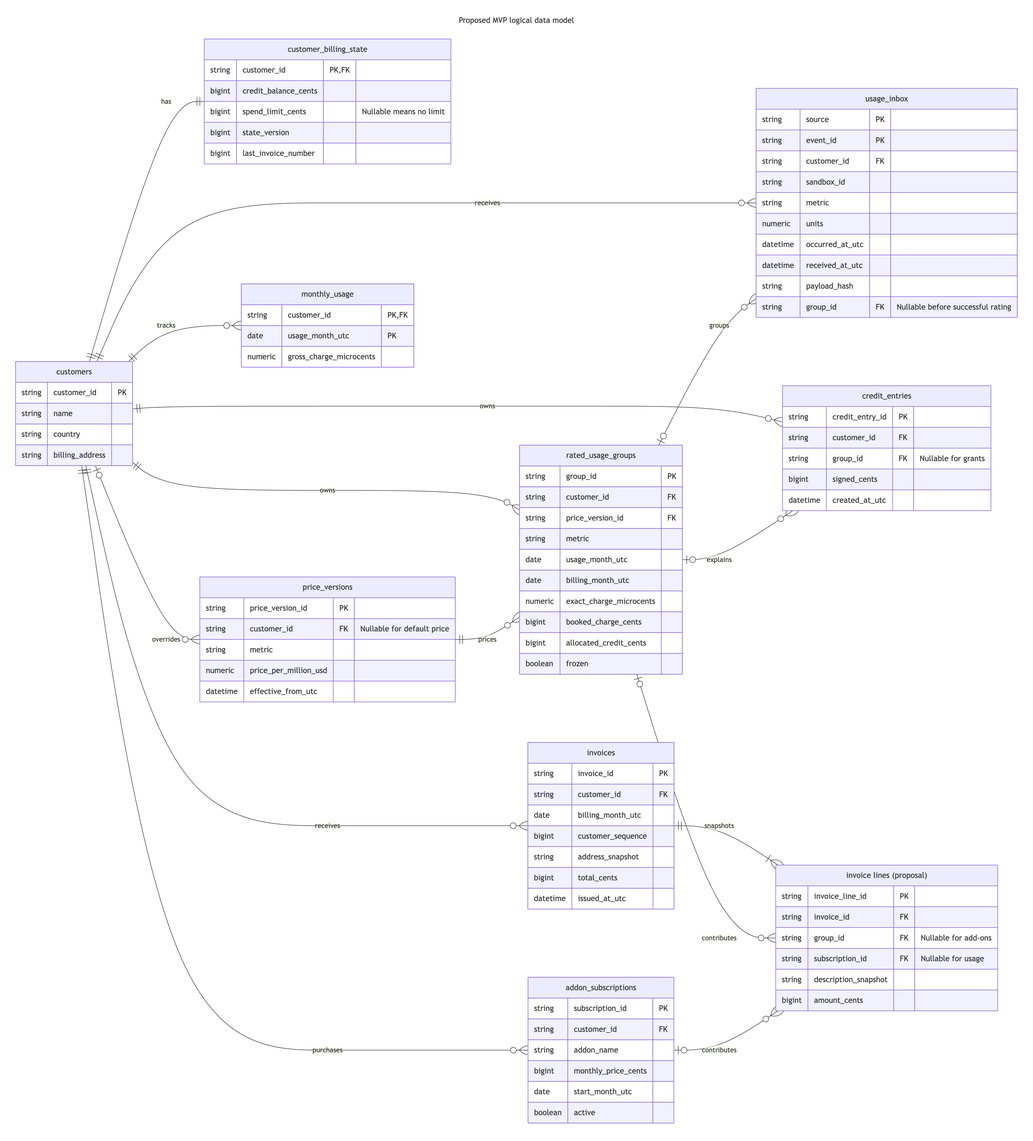
Earlier version of the Mermaid export docs/diagrams/data-model/data-model.png (pupitooo/e2b-billing-api). Its source is kept beside it as docs/diagrams/data-model/data-model.mmd.
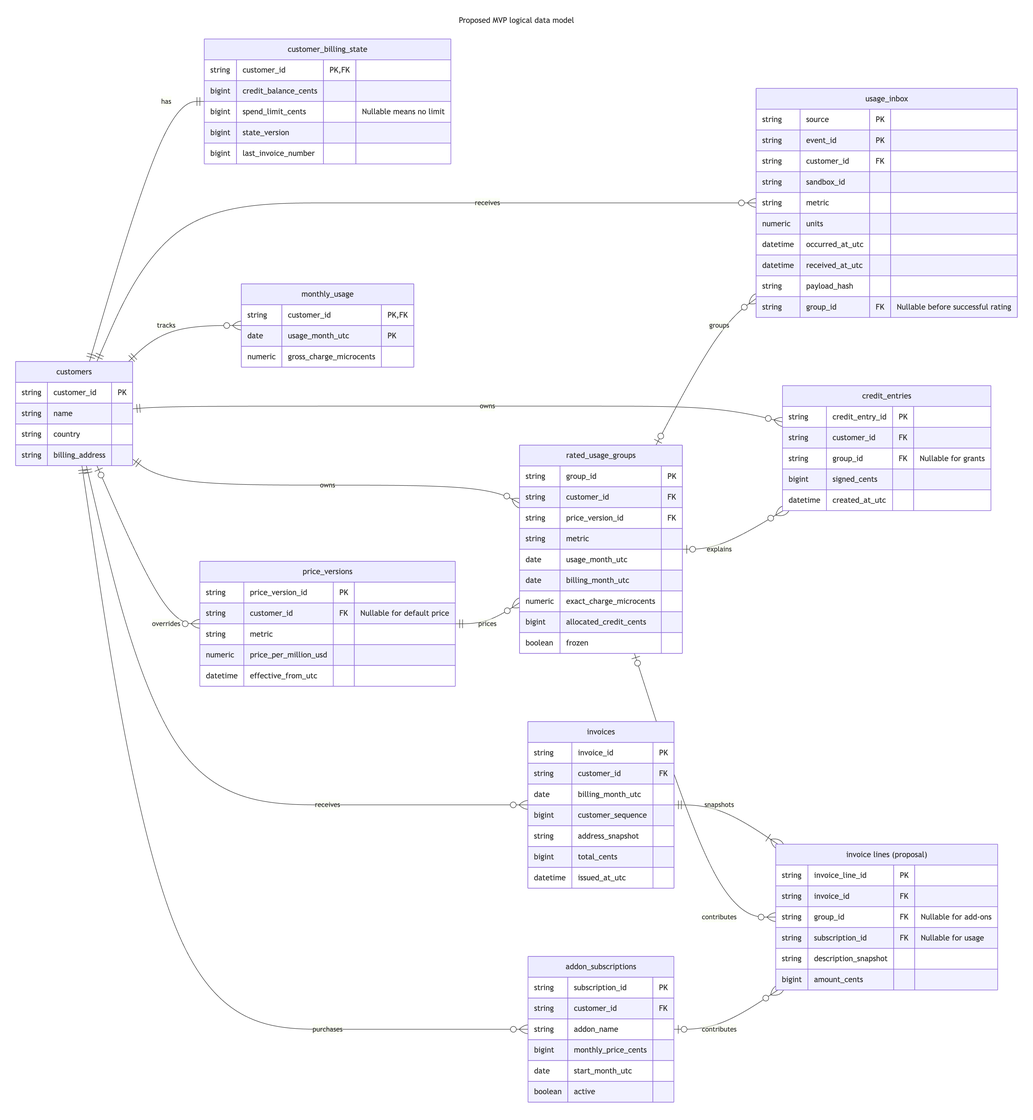
Later version of the same file.

Diff of the diagram source:
```diff
@@ -58,7 +58,6 @@
         date usage_month_utc
         date billing_month_utc
         numeric exact_charge_microcents
-        bigint booked_charge_cents
         bigint allocated_credit_cents
         boolean frozen
     }
```
